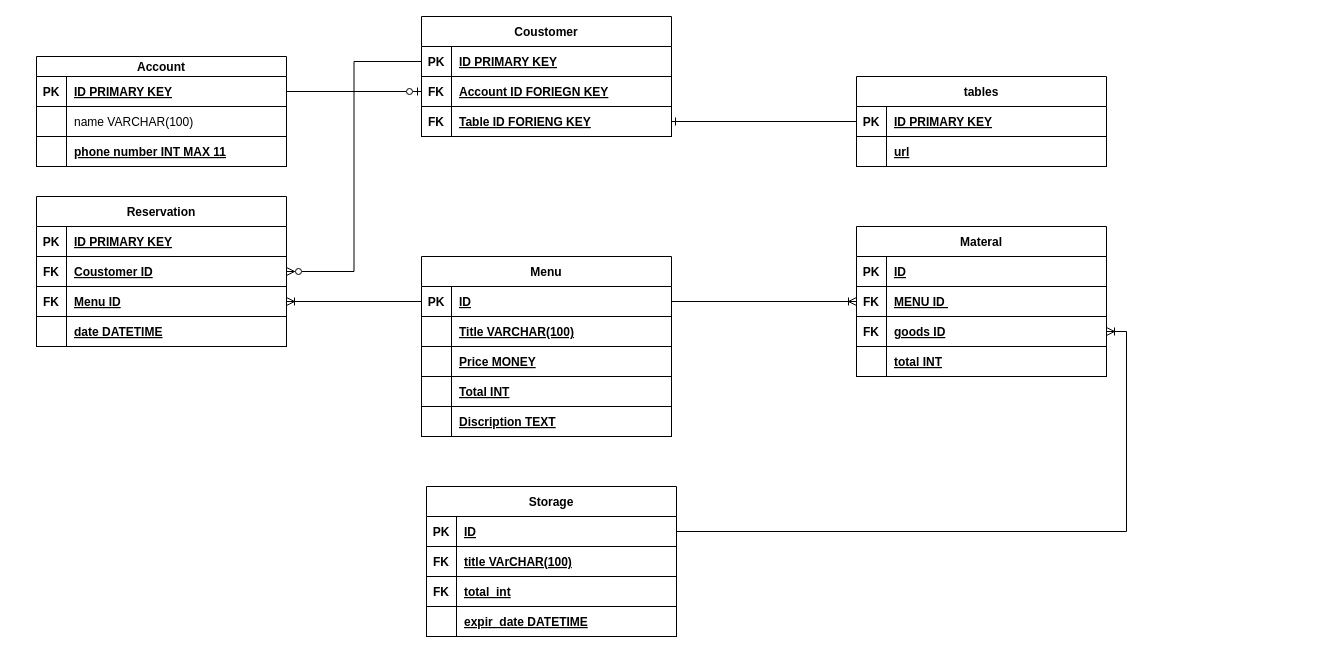
Earlier version of the draw.io diagram Untitled Diagram.drawio (Maktab-gp1/Cafe). Source tidied: cells renumbered, new cells numbered last; positions are measured from the earlier drawing's top-left corner, leaving out a move shared by most shapes. Both pictures are drawn from the tidied source at 100%, with x=0, y=0 at pixel (36, 16).
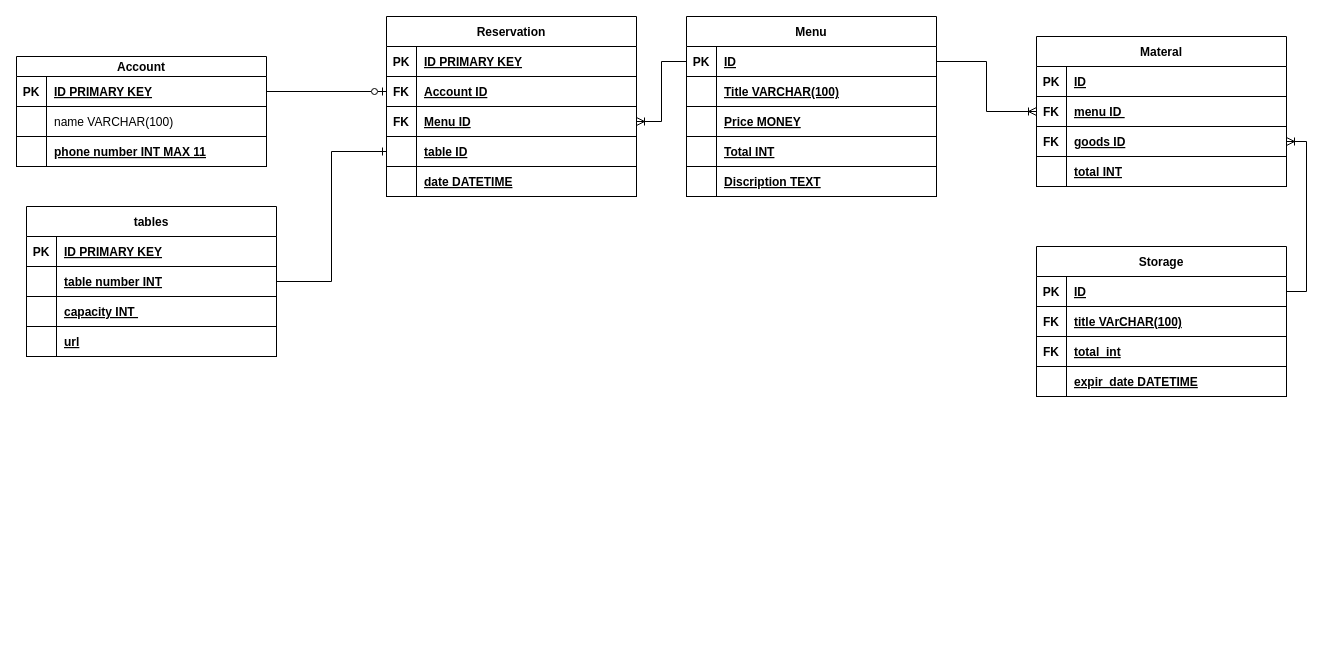
The same page after the edit.

Unchanged cells that the change refers to:
```xml
<mxCell id="13" style="shape=partialRectangle;fillColor=none;points=[[0,0.5],[1,0.5]];portConstraint=eastwest;top=0;left=0;right=0;bottom=1;" parent="12" vertex="1">
  <mxGeometry y="20" width="250" height="30" as="geometry" />
</mxCell>
<mxCell id="42" style="shape=partialRectangle;fillColor=none;points=[[0,0.5],[1,0.5]];portConstraint=eastwest;top=0;left=0;right=0;bottom=1;" parent="38" vertex="1">
  <mxGeometry y="60" width="250" height="30" as="geometry" />
</mxCell>
<mxCell id="48" style="shape=partialRectangle;fillColor=none;points=[[0,0.5],[1,0.5]];portConstraint=eastwest;top=0;left=0;right=0;bottom=1;" parent="38" vertex="1">
  <mxGeometry y="120" width="250" height="30" as="geometry" />
</mxCell>
<mxCell id="52" style="shape=partialRectangle;fillColor=none;points=[[0,0.5],[1,0.5]];portConstraint=eastwest;top=0;left=0;right=0;bottom=1;" parent="51" vertex="1">
  <mxGeometry y="30" width="250" height="30" as="geometry" />
</mxCell>
<mxCell id="66" style="shape=partialRectangle;fillColor=none;top=0;left=0;right=0;bottom=1;" parent="62" vertex="1">
  <mxGeometry y="60" width="250" height="30" as="geometry" />
</mxCell>
```

Diff of the diagram source:
```diff
@@
-    <mxCell id="2" value="Coustomer" style="shape=table;startSize=30;childLayout=tableLayout;rowLines=0;fontStyle=1;align=center;" parent="1" vertex="1">
-      <mxGeometry x="385" width="250" height="120" as="geometry" />
-    </mxCell>
-    <mxCell id="3" style="shape=partialRectangle;fillColor=none;points=[[0,0.5],[1,0.5]];portConstraint=eastwest;top=0;left=0;right=0;bottom=1;" parent="2" vertex="1">
-      <mxGeometry y="30" width="250" height="30" as="geometry" />
-    </mxCell>
-    <mxCell id="4" value="PK" style="shape=partialRectangle;overflow=hidden;fillColor=none;top=0;left=0;bottom=0;right=0;fontStyle=1;" parent="3" vertex="1">
-      <mxGeometry width="30" height="30" as="geometry" />
-    </mxCell>
-    <mxCell id="5" value="ID PRIMARY KEY" style="shape=partialRectangle;overflow=hidden;fillColor=none;top=0;left=0;bottom=0;right=0;align=left;spacingLeft=6;fontStyle=5;" parent="3" vertex="1">
-      <mxGeometry x="30" width="220" height="30" as="geometry" />
-    </mxCell>
-    <mxCell id="6" style="shape=partialRectangle;fillColor=none;points=[[0,0.5],[1,0.5]];portConstraint=eastwest;top=0;left=0;right=0;bottom=1;" parent="2" vertex="1">
-      <mxGeometry y="60" width="250" height="30" as="geometry" />
-    </mxCell>
-    <mxCell id="7" value="FK" style="shape=partialRectangle;overflow=hidden;fillColor=none;top=0;left=0;bottom=0;right=0;fontStyle=1;" parent="6" vertex="1">
-      <mxGeometry width="30" height="30" as="geometry" />
-    </mxCell>
-    <mxCell id="8" value="Account ID FORIEGN KEY" style="shape=partialRectangle;overflow=hidden;fillColor=none;top=0;left=0;bottom=0;right=0;align=left;spacingLeft=6;fontStyle=5;" parent="6" vertex="1">
-      <mxGeometry x="30" width="220" height="30" as="geometry" />
-    </mxCell>
-    <mxCell id="9" style="shape=partialRectangle;fillColor=none;points=[[0,0.5],[1,0.5]];portConstraint=eastwest;top=0;left=0;right=0;bottom=1;" parent="2" vertex="1">
-      <mxGeometry y="90" width="250" height="30" as="geometry" />
-    </mxCell>
-    <mxCell id="10" value="FK" style="shape=partialRectangle;overflow=hidden;fillColor=none;top=0;left=0;bottom=0;right=0;fontStyle=1;" parent="9" vertex="1">
-      <mxGeometry width="30" height="30" as="geometry" />
-    </mxCell>
-    <mxCell id="11" value="Table ID FORIENG KEY" style="shape=partialRectangle;overflow=hidden;fillColor=none;top=0;left=0;bottom=0;right=0;align=left;spacingLeft=6;fontStyle=5;" parent="9" vertex="1">
-      <mxGeometry x="30" width="220" height="30" as="geometry" />
-    </mxCell>
     <mxCell id="12" value="Account" style="shape=table;startSize=20;childLayout=tableLayout;rowLines=1;fontStyle=1;align=center;" parent="1" vertex="1">
-      <mxGeometry y="40" width="250" height="110" as="geometry" />
+      <mxGeometry x="-20" y="40" width="250" height="110" as="geometry" />
     </mxCell>
@@
     <mxCell id="22" value="Menu" style="shape=table;startSize=30;childLayout=tableLayout;rowLines=0;fontStyle=1;align=center;" parent="1" vertex="1">
-      <mxGeometry x="385" y="240" width="250" height="180" as="geometry" />
+      <mxGeometry x="650" width="250" height="180" as="geometry" />
     </mxCell>
@@
     <mxCell id="38" value="Reservation" style="shape=table;startSize=30;childLayout=tableLayout;rowLines=0;fontStyle=1;align=center;" parent="1" vertex="1">
-      <mxGeometry y="180" width="250" height="150" as="geometry" />
+      <mxGeometry x="350" width="250" height="180" as="geometry" />
     </mxCell>
@@
-    <mxCell id="44" value="Coustomer ID" style="shape=partialRectangle;overflow=hidden;fillColor=none;top=0;left=0;bottom=0;right=0;align=left;spacingLeft=6;fontStyle=5;" parent="42" vertex="1">
+    <mxCell id="44" value="Account ID" style="shape=partialRectangle;overflow=hidden;fillColor=none;top=0;left=0;bottom=0;right=0;align=left;spacingLeft=6;fontStyle=5;" parent="42" vertex="1">
       <mxGeometry x="30" width="220" height="30" as="geometry" />
     </mxCell>
@@
-    <mxCell id="50" value="date DATETIME" style="shape=partialRectangle;overflow=hidden;fillColor=none;top=0;left=0;bottom=0;right=0;align=left;spacingLeft=6;fontStyle=5;" parent="48" vertex="1">
+    <mxCell id="50" value="table ID" style="shape=partialRectangle;overflow=hidden;fillColor=none;top=0;left=0;bottom=0;right=0;align=left;spacingLeft=6;fontStyle=5;" parent="48" vertex="1">
       <mxGeometry x="30" width="220" height="30" as="geometry" />
     </mxCell>
+    <mxCell id="90" style="shape=partialRectangle;fillColor=none;top=0;left=0;right=0;bottom=1;" parent="38" vertex="1">
+      <mxGeometry y="150" width="250" height="30" as="geometry" />
+    </mxCell>
+    <mxCell id="91" style="shape=partialRectangle;overflow=hidden;fillColor=none;top=0;left=0;bottom=0;right=0;fontStyle=1;" parent="90" vertex="1">
+      <mxGeometry width="30" height="30" as="geometry" />
+    </mxCell>
+    <mxCell id="92" value="date DATETIME" style="shape=partialRectangle;overflow=hidden;fillColor=none;top=0;left=0;bottom=0;right=0;align=left;spacingLeft=6;fontStyle=5;" parent="90" vertex="1">
+      <mxGeometry x="30" width="220" height="30" as="geometry" />
+    </mxCell>
     <mxCell id="51" value="tables" style="shape=table;startSize=30;childLayout=tableLayout;rowLines=0;fontStyle=1;align=center;" parent="1" vertex="1">
-      <mxGeometry x="820" y="60" width="250" height="90" as="geometry" />
+      <mxGeometry x="-10" y="190" width="250" height="150" as="geometry" />
     </mxCell>
@@
+    <mxCell id="6" style="shape=partialRectangle;fillColor=none;points=[[0,0.5],[1,0.5]];portConstraint=eastwest;top=0;left=0;right=0;bottom=1;" parent="51" vertex="1">
+      <mxGeometry y="60" width="250" height="30" as="geometry" />
+    </mxCell>
+    <mxCell id="93" style="shape=partialRectangle;overflow=hidden;fillColor=none;top=0;left=0;bottom=0;right=0;fontStyle=1;" parent="6" vertex="1">
+      <mxGeometry width="30" height="30" as="geometry" />
+    </mxCell>
+    <mxCell id="94" value="table number INT" style="shape=partialRectangle;overflow=hidden;fillColor=none;top=0;left=0;bottom=0;right=0;align=left;spacingLeft=6;fontStyle=5;" parent="6" vertex="1">
+      <mxGeometry x="30" width="220" height="30" as="geometry" />
+    </mxCell>
+    <mxCell id="9" style="shape=partialRectangle;fillColor=none;points=[[0,0.5],[1,0.5]];portConstraint=eastwest;top=0;left=0;right=0;bottom=1;" parent="51" vertex="1">
+      <mxGeometry y="90" width="250" height="30" as="geometry" />
+    </mxCell>
+    <mxCell id="95" style="shape=partialRectangle;overflow=hidden;fillColor=none;top=0;left=0;bottom=0;right=0;fontStyle=1;" parent="9" vertex="1">
+      <mxGeometry width="30" height="30" as="geometry" />
+    </mxCell>
+    <mxCell id="96" value="capacity INT " style="shape=partialRectangle;overflow=hidden;fillColor=none;top=0;left=0;bottom=0;right=0;align=left;spacingLeft=6;fontStyle=5;" parent="9" vertex="1">
+      <mxGeometry x="30" width="220" height="30" as="geometry" />
+    </mxCell>
     <mxCell id="55" style="shape=partialRectangle;fillColor=none;top=0;left=0;right=0;bottom=1;" parent="51" vertex="1">
-      <mxGeometry y="60" width="250" height="30" as="geometry" />
+      <mxGeometry y="120" width="250" height="30" as="geometry" />
     </mxCell>
@@
-    <mxCell id="58" style="edgeStyle=orthogonalEdgeStyle;rounded=0;jettySize=auto;html=1;exitX=1;exitY=0.5;exitDx=0;exitDy=0;entryX=0;entryY=0.5;entryDx=0;entryDy=0;endArrow=ERzeroToOne;endFill=0;" parent="1" edge="1" source="13" target="6">
+    <mxCell id="58" style="edgeStyle=orthogonalEdgeStyle;rounded=0;jettySize=auto;html=1;exitX=1;exitY=0.5;exitDx=0;exitDy=0;entryX=0;entryY=0.5;entryDx=0;entryDy=0;endArrow=ERzeroToOne;endFill=0;" parent="1" edge="1" source="13" target="42">
       <mxGeometry relative="1" as="geometry" />
     </mxCell>
-    <mxCell id="59" style="edgeStyle=orthogonalEdgeStyle;rounded=0;jettySize=auto;html=1;exitX=0;exitY=0.5;exitDx=0;exitDy=0;entryX=1;entryY=0.5;entryDx=0;entryDy=0;endArrow=ERone;endFill=0;" parent="1" edge="1" source="52" target="9">
-      <mxGeometry relative="1" as="geometry" />
-    </mxCell>
-    <mxCell id="60" style="edgeStyle=orthogonalEdgeStyle;rounded=0;jettySize=auto;html=1;exitX=0;exitY=0.5;exitDx=0;exitDy=0;entryX=1;entryY=0.5;entryDx=0;entryDy=0;endArrow=ERzeroToMany;endFill=0;" parent="1" edge="1" source="3" target="42">
-      <mxGeometry relative="1" as="geometry" />
-    </mxCell>
@@
     <mxCell id="62" value="Materal" style="shape=table;startSize=30;childLayout=tableLayout;rowLines=0;fontStyle=1;align=center;" parent="1" vertex="1">
-      <mxGeometry x="820" y="210" width="250" height="150" as="geometry" />
+      <mxGeometry x="1000" y="20" width="250" height="150" as="geometry" />
     </mxCell>
@@
-    <mxCell id="68" value="MENU ID " style="shape=partialRectangle;overflow=hidden;fillColor=none;top=0;left=0;bottom=0;right=0;align=left;spacingLeft=6;fontStyle=5;" parent="66" vertex="1">
+    <mxCell id="68" value="menu ID " style="shape=partialRectangle;overflow=hidden;fillColor=none;top=0;left=0;bottom=0;right=0;align=left;spacingLeft=6;fontStyle=5;" parent="66" vertex="1">
       <mxGeometry x="30" width="220" height="30" as="geometry" />
     </mxCell>
@@
     <mxCell id="75" value="Storage" style="shape=table;startSize=30;childLayout=tableLayout;rowLines=0;fontStyle=1;align=center;" parent="1" vertex="1">
-      <mxGeometry x="390" y="470" width="250" height="150" as="geometry" />
+      <mxGeometry x="1000" y="230" width="250" height="150" as="geometry" />
     </mxCell>
@@
+    <mxCell id="97" style="edgeStyle=orthogonalEdgeStyle;rounded=0;jettySize=auto;html=1;exitX=1;exitY=0.5;exitDx=0;exitDy=0;entryX=0;entryY=0.5;entryDx=0;entryDy=0;endArrow=ERone;endFill=0;" parent="1" edge="1" source="6" target="48">
+      <mxGeometry relative="1" as="geometry" />
+    </mxCell>
```
